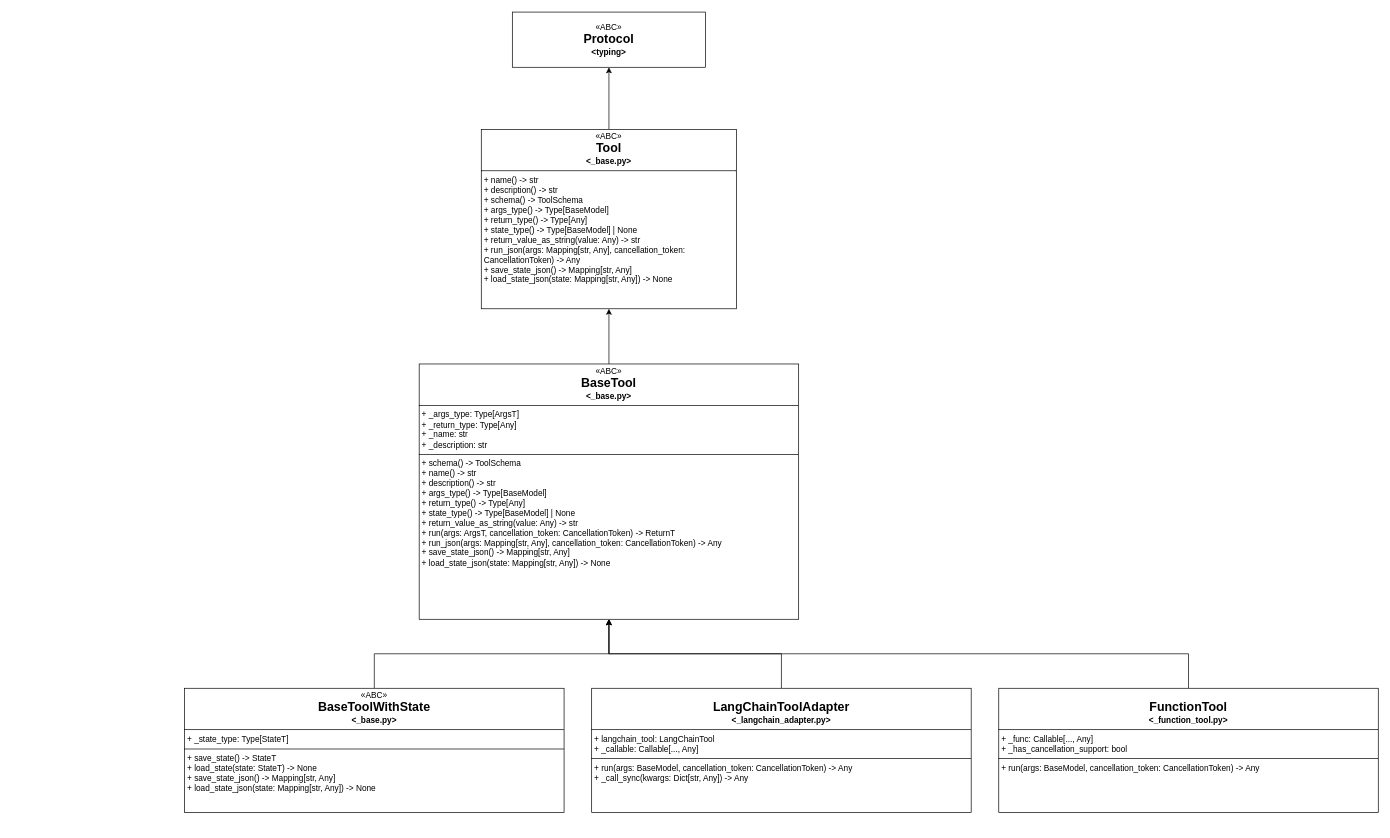
Earlier version of the draw.io diagram page "tool" (3 of 5) of autogen_notes.drawio (ooooona/toolkits). Source tidied: cells renumbered, new cells numbered last; positions are measured from the earlier drawing's top-left corner, leaving out a move shared by most shapes. Both pictures are drawn from the tidied source at 69%, with x=0, y=0 at pixel (184, 12).
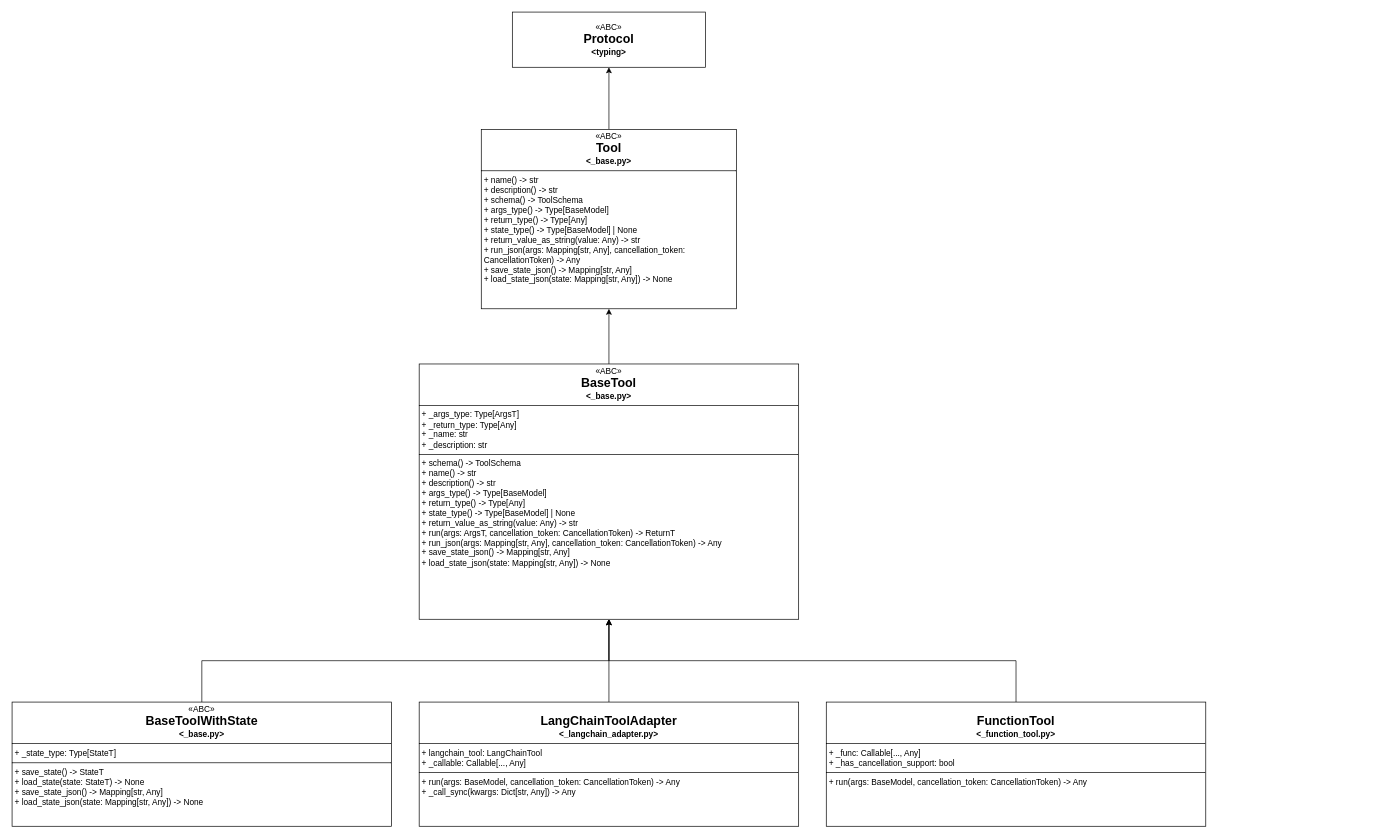
The same page after the edit.

What changed in the source:
```diff
@@
 <mxGraphModel>
   <root>
     <mxCell id="0" />
     <mxCell id="1" parent="0" />
     <mxCell id="2" value="«ABC»&lt;br&gt;&lt;b&gt;&lt;font style=&quot;font-size: 18px;&quot;&gt;Protocol&lt;/font&gt;&lt;/b&gt;&lt;div&gt;&lt;b&gt;&amp;lt;typing&amp;gt;&lt;/b&gt;&lt;/div&gt;" style="html=1;whiteSpace=wrap;" parent="1" vertex="1">
       <mxGeometry x="475" width="280" height="80" as="geometry" />
     </mxCell>
     <mxCell id="3" style="edgeStyle=orthogonalEdgeStyle;rounded=0;jettySize=auto;html=1;entryX=0.5;entryY=1;entryDx=0;entryDy=0;" parent="1" edge="1" source="4" target="2">
       <mxGeometry relative="1" as="geometry" />
     </mxCell>
     <mxCell id="4" value="&lt;p style=&quot;margin:0px;margin-top:4px;text-align:center;&quot;&gt;«ABC»&lt;br&gt;&lt;span style=&quot;font-size: 18px;&quot;&gt;&lt;b&gt;Tool&lt;/b&gt;&lt;/span&gt;&lt;br&gt;&lt;/p&gt;&lt;div style=&quot;text-align: center;&quot;&gt;&lt;b&gt;&amp;lt;_base.py&amp;gt;&lt;/b&gt;&lt;/div&gt;&lt;hr size=&quot;1&quot; style=&quot;border-style:solid;&quot;&gt;&lt;p style=&quot;margin:0px;margin-left:4px;&quot;&gt;&lt;/p&gt;&lt;p style=&quot;margin:0px;margin-left:4px;&quot;&gt;+&amp;nbsp;&lt;span style=&quot;background-color: initial;&quot;&gt;name() -&amp;gt; str&lt;/span&gt;&lt;/p&gt;&lt;p style=&quot;margin:0px;margin-left:4px;&quot;&gt;+ description() -&amp;gt; str&lt;/p&gt;&lt;p style=&quot;margin:0px;margin-left:4px;&quot;&gt;+ schema() -&amp;gt; ToolSchema&lt;/p&gt;&lt;p style=&quot;margin:0px;margin-left:4px;&quot;&gt;+ args_type() -&amp;gt; Type[BaseModel]&lt;/p&gt;&lt;p style=&quot;margin:0px;margin-left:4px;&quot;&gt;+ return_type() -&amp;gt; Type[Any]&lt;/p&gt;&lt;p style=&quot;margin:0px;margin-left:4px;&quot;&gt;+ state_type() -&amp;gt; Type[BaseModel] | None&lt;/p&gt;&lt;p style=&quot;margin:0px;margin-left:4px;&quot;&gt;+ return_value_as_string(value: Any) -&amp;gt; str&lt;/p&gt;&lt;p style=&quot;margin:0px;margin-left:4px;&quot;&gt;+ run_json(args: Mapping[str, Any], cancellation_token: CancellationToken) -&amp;gt; Any&lt;/p&gt;&lt;p style=&quot;margin:0px;margin-left:4px;&quot;&gt;+ save_state_json() -&amp;gt; Mapping[str, Any]&lt;/p&gt;&lt;p style=&quot;margin:0px;margin-left:4px;&quot;&gt;+&amp;nbsp;&lt;span style=&quot;background-color: initial;&quot;&gt;load_state_json(state: Mapping[str, Any]) -&amp;gt; None&lt;/span&gt;&lt;/p&gt;" style="verticalAlign=top;align=left;overflow=fill;html=1;whiteSpace=wrap;" parent="1" vertex="1">
       <mxGeometry x="430" y="170" width="370" height="260" as="geometry" />
     </mxCell>
     <mxCell id="5" style="edgeStyle=orthogonalEdgeStyle;rounded=0;jettySize=auto;html=1;entryX=0.5;entryY=1;entryDx=0;entryDy=0;" parent="1" edge="1" source="6" target="4">
       <mxGeometry relative="1" as="geometry" />
     </mxCell>
     <mxCell id="6" value="&lt;p style=&quot;margin: 4px 0px 0px; text-align: center;&quot;&gt;&lt;/p&gt;&lt;p style=&quot;margin: 4px 0px 0px; text-align: center;&quot;&gt;«ABC»&lt;br&gt;&lt;span style=&quot;font-size: 18px;&quot;&gt;&lt;b&gt;BaseTool&lt;/b&gt;&lt;/span&gt;&lt;br&gt;&lt;/p&gt;&lt;div style=&quot;text-align: center;&quot;&gt;&lt;b&gt;&amp;lt;_base.py&amp;gt;&lt;/b&gt;&lt;/div&gt;&lt;hr size=&quot;1&quot; style=&quot;border-style:solid;&quot;&gt;&lt;p style=&quot;margin:0px;margin-left:4px;&quot;&gt;+&amp;nbsp;_args_type:&amp;nbsp;Type[ArgsT]&lt;/p&gt;&lt;p style=&quot;margin:0px;margin-left:4px;&quot;&gt;+ _return_type: Type[Any]&lt;/p&gt;&lt;p style=&quot;margin:0px;margin-left:4px;&quot;&gt;+&amp;nbsp;_name: str&lt;/p&gt;&lt;p style=&quot;margin:0px;margin-left:4px;&quot;&gt;&lt;span style=&quot;background-color: initial;&quot;&gt;+&amp;nbsp;&lt;/span&gt;&lt;span style=&quot;background-color: initial;&quot;&gt;_description:&amp;nbsp;str&lt;/span&gt;&lt;br&gt;&lt;/p&gt;&lt;hr size=&quot;1&quot; style=&quot;border-style:solid;&quot;&gt;&lt;p style=&quot;margin:0px;margin-left:4px;&quot;&gt;+&amp;nbsp;&lt;span style=&quot;background-color: initial;&quot;&gt;schema() -&amp;gt; ToolSchema&lt;/span&gt;&lt;/p&gt;&lt;p style=&quot;margin:0px;margin-left:4px;&quot;&gt;+ name() -&amp;gt; str&lt;/p&gt;&lt;p style=&quot;margin:0px;margin-left:4px;&quot;&gt;+ description() -&amp;gt; str&lt;/p&gt;&lt;p style=&quot;margin:0px;margin-left:4px;&quot;&gt;+ args_type() -&amp;gt; Type[BaseModel]&lt;/p&gt;&lt;p style=&quot;margin:0px;margin-left:4px;&quot;&gt;+ return_type() -&amp;gt; Type[Any]&lt;/p&gt;&lt;p style=&quot;margin:0px;margin-left:4px;&quot;&gt;+ state_type() -&amp;gt; Type[BaseModel] | None&lt;/p&gt;&lt;p style=&quot;margin:0px;margin-left:4px;&quot;&gt;+ return_value_as_string(value: Any) -&amp;gt; str&lt;/p&gt;&lt;p style=&quot;margin:0px;margin-left:4px;&quot;&gt;+ run(args: ArgsT, cancellation_token: CancellationToken) -&amp;gt; ReturnT&lt;/p&gt;&lt;p style=&quot;margin:0px;margin-left:4px;&quot;&gt;+ run_json(args: Mapping[str, Any], cancellation_token: CancellationToken) -&amp;gt; Any&lt;/p&gt;&lt;p style=&quot;margin:0px;margin-left:4px;&quot;&gt;+ save_state_json() -&amp;gt; Mapping[str, Any]&lt;/p&gt;&lt;p style=&quot;margin:0px;margin-left:4px;&quot;&gt;+ load_state_json(state: Mapping[str, Any]) -&amp;gt; None&lt;/p&gt;" style="verticalAlign=top;align=left;overflow=fill;html=1;whiteSpace=wrap;" parent="1" vertex="1">
       <mxGeometry x="340" y="510" width="550" height="370" as="geometry" />
     </mxCell>
     <mxCell id="7" style="edgeStyle=orthogonalEdgeStyle;rounded=0;jettySize=auto;html=1;entryX=0.5;entryY=1;entryDx=0;entryDy=0;" parent="1" edge="1" source="8" target="6">
       <mxGeometry relative="1" as="geometry" />
     </mxCell>
     <mxCell id="8" value="&lt;p style=&quot;margin: 4px 0px 0px; text-align: center;&quot;&gt;&lt;/p&gt;&lt;p style=&quot;margin: 4px 0px 0px; text-align: center;&quot;&gt;&lt;br&gt;&lt;span style=&quot;font-size: 18px;&quot;&gt;&lt;b&gt;LangChainToolAdapter&lt;/b&gt;&lt;/span&gt;&lt;br&gt;&lt;/p&gt;&lt;div style=&quot;text-align: center;&quot;&gt;&lt;b&gt;&amp;lt;_langchain_adapter.py&amp;gt;&lt;/b&gt;&lt;/div&gt;&lt;hr size=&quot;1&quot; style=&quot;border-style:solid;&quot;&gt;&lt;p style=&quot;margin:0px;margin-left:4px;&quot;&gt;+&amp;nbsp;&lt;span style=&quot;background-color: initial;&quot;&gt;langchain_tool: LangChainTool&lt;/span&gt;&lt;/p&gt;&lt;p style=&quot;margin:0px;margin-left:4px;&quot;&gt;+ _callable: Callable[..., Any]&lt;/p&gt;&lt;hr size=&quot;1&quot; style=&quot;border-style:solid;&quot;&gt;&lt;p style=&quot;margin:0px;margin-left:4px;&quot;&gt;+&amp;nbsp;&lt;span style=&quot;background-color: initial;&quot;&gt;run(args: BaseModel, cancellation_token: CancellationToken) -&amp;gt; Any&lt;/span&gt;&lt;/p&gt;&lt;p style=&quot;margin:0px;margin-left:4px;&quot;&gt;&lt;span style=&quot;background-color: initial;&quot;&gt;+ _call_sync(kwargs: Dict[str, Any]) -&amp;gt; Any&lt;/span&gt;&lt;/p&gt;" style="verticalAlign=top;align=left;overflow=fill;html=1;whiteSpace=wrap;" parent="1" vertex="1">
-      <mxGeometry x="590" y="980" width="550" height="180" as="geometry" />
+      <mxGeometry x="340" y="1000" width="550" height="180" as="geometry" />
     </mxCell>
-    <mxCell id="9" style="edgeStyle=orthogonalEdgeStyle;rounded=0;jettySize=auto;html=1;entryX=0.5;entryY=1;entryDx=0;entryDy=0;" parent="1" edge="1" source="10" target="6">
+    <mxCell id="9" style="edgeStyle=orthogonalEdgeStyle;rounded=0;jettySize=auto;html=1;entryX=0.5;entryY=1;entryDx=0;entryDy=0;exitX=0.5;exitY=0;exitDx=0;exitDy=0;" parent="1" edge="1" source="10" target="6">
       <mxGeometry relative="1" as="geometry" />
     </mxCell>
     <mxCell id="10" value="&lt;p style=&quot;margin: 4px 0px 0px; text-align: center;&quot;&gt;&lt;/p&gt;&lt;p style=&quot;margin: 4px 0px 0px; text-align: center;&quot;&gt;«ABC»&lt;br&gt;&lt;span style=&quot;font-size: 18px;&quot;&gt;&lt;b&gt;BaseToolWithState&lt;/b&gt;&lt;/span&gt;&lt;br&gt;&lt;/p&gt;&lt;div style=&quot;text-align: center;&quot;&gt;&lt;b&gt;&amp;lt;_base.py&amp;gt;&lt;/b&gt;&lt;/div&gt;&lt;hr size=&quot;1&quot; style=&quot;border-style:solid;&quot;&gt;&lt;p style=&quot;margin:0px;margin-left:4px;&quot;&gt;+&amp;nbsp;_state_type:&amp;nbsp;Type[StateT]&lt;/p&gt;&lt;hr size=&quot;1&quot; style=&quot;border-style:solid;&quot;&gt;&lt;p style=&quot;margin:0px;margin-left:4px;&quot;&gt;+&amp;nbsp;&lt;span style=&quot;background-color: initial;&quot;&gt;save_state() -&amp;gt; StateT&lt;/span&gt;&lt;/p&gt;&lt;p style=&quot;margin:0px;margin-left:4px;&quot;&gt;+ load_state(state: StateT) -&amp;gt; None&lt;/p&gt;&lt;p style=&quot;margin:0px;margin-left:4px;&quot;&gt;+ save_state_json() -&amp;gt; Mapping[str, Any]&lt;/p&gt;&lt;p style=&quot;margin:0px;margin-left:4px;&quot;&gt;+ load_state_json(state: Mapping[str, Any]) -&amp;gt; None&lt;/p&gt;" style="verticalAlign=top;align=left;overflow=fill;html=1;whiteSpace=wrap;" parent="1" vertex="1">
-      <mxGeometry y="980" width="550" height="180" as="geometry" />
+      <mxGeometry x="-250" y="1000" width="550" height="180" as="geometry" />
     </mxCell>
     <mxCell id="11" style="edgeStyle=orthogonalEdgeStyle;rounded=0;jettySize=auto;html=1;entryX=0.5;entryY=1;entryDx=0;entryDy=0;exitX=0.5;exitY=0;exitDx=0;exitDy=0;" parent="1" edge="1" source="12" target="6">
       <mxGeometry relative="1" as="geometry" />
     </mxCell>
     <mxCell id="12" value="&lt;p style=&quot;margin: 4px 0px 0px; text-align: center;&quot;&gt;&lt;/p&gt;&lt;p style=&quot;margin: 4px 0px 0px; text-align: center;&quot;&gt;&lt;br&gt;&lt;span style=&quot;font-size: 18px;&quot;&gt;&lt;b&gt;FunctionTool&lt;/b&gt;&lt;/span&gt;&lt;br&gt;&lt;/p&gt;&lt;div style=&quot;text-align: center;&quot;&gt;&lt;b&gt;&amp;lt;_function_tool.py&amp;gt;&lt;/b&gt;&lt;/div&gt;&lt;hr size=&quot;1&quot; style=&quot;border-style:solid;&quot;&gt;&lt;p style=&quot;margin:0px;margin-left:4px;&quot;&gt;+&amp;nbsp;&lt;span style=&quot;background-color: initial;&quot;&gt;_func: Callable[..., Any]&lt;/span&gt;&lt;/p&gt;&lt;p style=&quot;margin:0px;margin-left:4px;&quot;&gt;+ _has_cancellation_support: bool&lt;/p&gt;&lt;hr size=&quot;1&quot; style=&quot;border-style:solid;&quot;&gt;&lt;p style=&quot;margin:0px;margin-left:4px;&quot;&gt;+&amp;nbsp;&lt;span style=&quot;background-color: initial;&quot;&gt;run(args: BaseModel, cancellation_token: CancellationToken) -&amp;gt; Any&lt;/span&gt;&lt;/p&gt;&lt;div&gt;&lt;span style=&quot;background-color: initial;&quot;&gt;&lt;br&gt;&lt;/span&gt;&lt;/div&gt;" style="verticalAlign=top;align=left;overflow=fill;html=1;whiteSpace=wrap;" parent="1" vertex="1">
-      <mxGeometry x="1180" y="980" width="550" height="180" as="geometry" />
+      <mxGeometry x="930" y="1000" width="550" height="180" as="geometry" />
     </mxCell>
   </root>
 </mxGraphModel>
```
